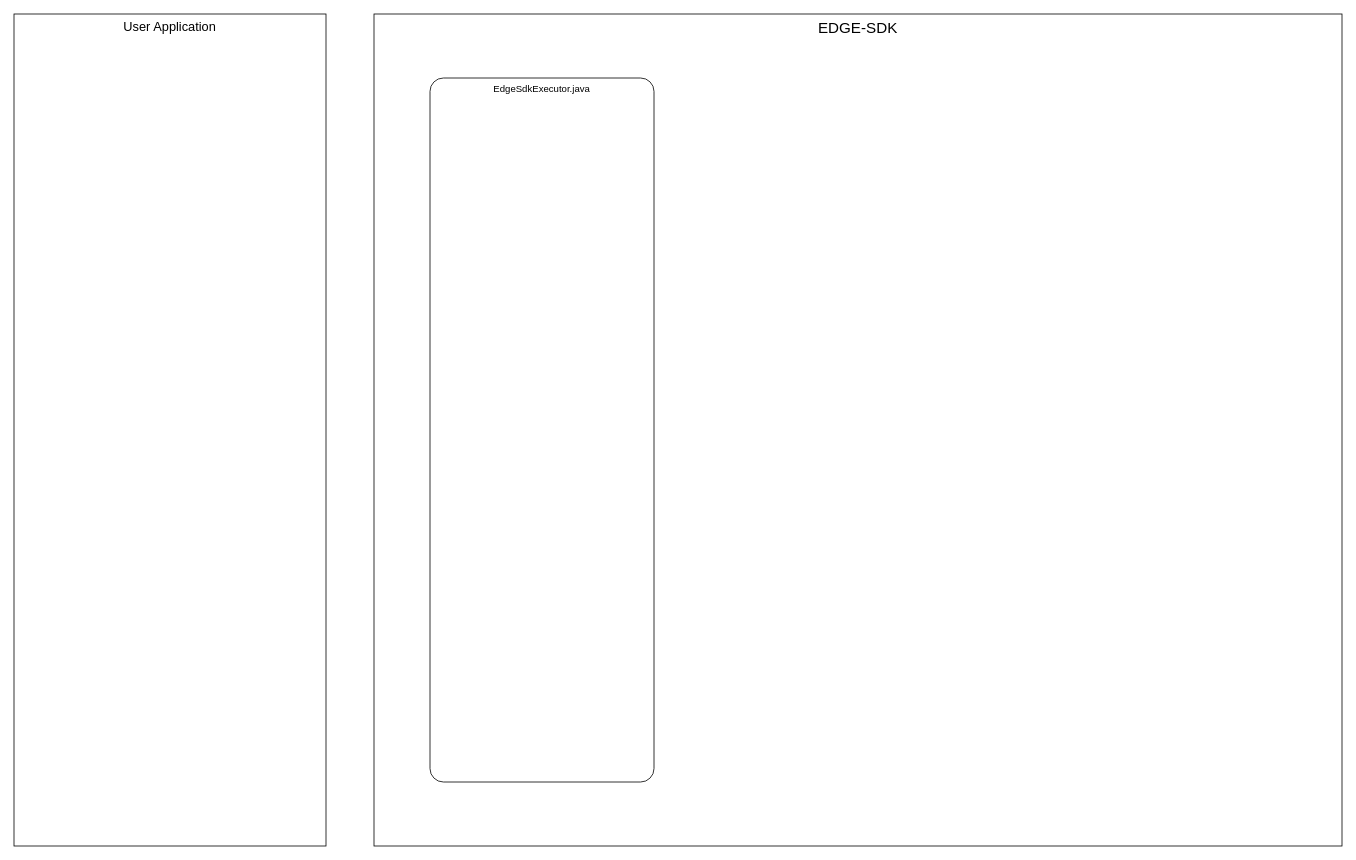
Earlier version of the draw.io diagram FireTv-SDK-Architecture.drawio (zeeshan-edgevideo/EDGE-SDK-Architecture). Source tidied: cells renumbered, new cells numbered last; positions are measured from the earlier drawing's top-left corner, leaving out a move shared by most shapes. Both pictures are drawn from the tidied source at 80%, with x=0, y=0 at pixel (14, 14).
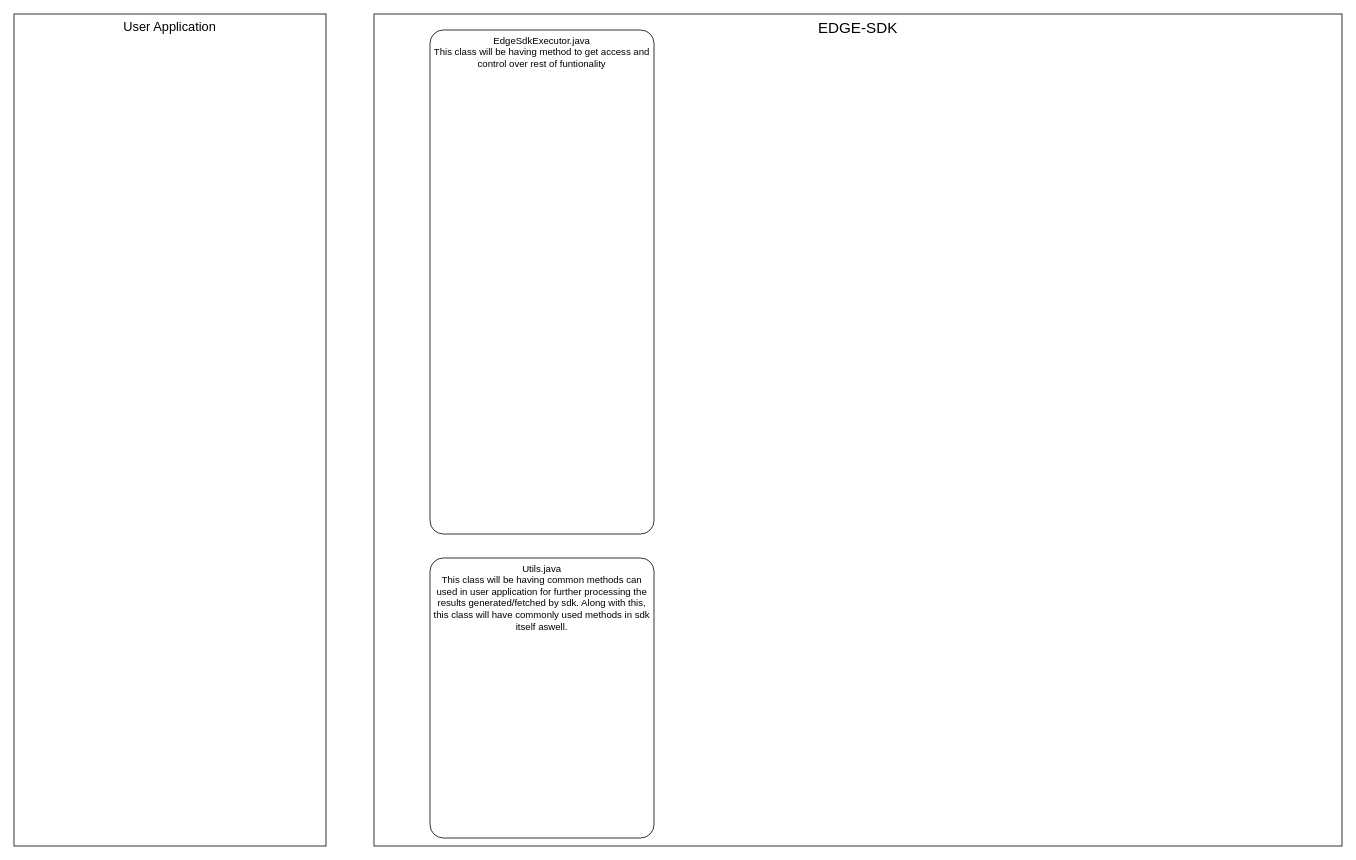
The same diagram, later.

Change to the diagram source:
```diff
@@
 <mxGraphModel>
   <root>
     <mxCell id="0" />
     <mxCell id="1" parent="0" />
     <mxCell id="2" value="&lt;font style=&quot;font-size: 19px;&quot;&gt;EDGE-SDK&lt;/font&gt;" style="rounded=0;whiteSpace=wrap;html=1;fillColor=none;verticalAlign=top;" parent="1" vertex="1">
       <mxGeometry x="450" width="1210" height="1040" as="geometry" />
     </mxCell>
-    <mxCell id="3" value="EdgeSdkExecutor.java" style="rounded=1;whiteSpace=wrap;html=1;arcSize=6;verticalAlign=top;" parent="1" vertex="1">
-      <mxGeometry x="520" y="80" width="280" height="880" as="geometry" />
+    <mxCell id="3" value="EdgeSdkExecutor.java&lt;br&gt;This class will be having method to get access and control over rest of funtionality" style="rounded=1;whiteSpace=wrap;html=1;arcSize=6;verticalAlign=top;" parent="1" vertex="1">
+      <mxGeometry x="520" y="20" width="280" height="630" as="geometry" />
     </mxCell>
     <mxCell id="4" value="&lt;font style=&quot;font-size: 16px;&quot;&gt;User Application&lt;/font&gt;" style="rounded=0;whiteSpace=wrap;html=1;fillColor=none;verticalAlign=top;" parent="1" vertex="1">
       <mxGeometry width="390" height="1040" as="geometry" />
     </mxCell>
+    <mxCell id="5" value="Utils.java&lt;br&gt;This class will be having common methods can used in user application for further processing the results generated/fetched by sdk. Along with this, this class will have commonly used methods in sdk itself aswell." style="rounded=1;whiteSpace=wrap;html=1;arcSize=6;verticalAlign=top;" parent="1" vertex="1">
+      <mxGeometry x="520" y="680" width="280" height="350" as="geometry" />
+    </mxCell>
   </root>
 </mxGraphModel>
```
